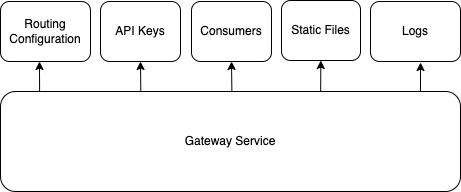
The draw.io diagram Docs/Img/dependencies.png in PKPublicCode/SecuredApi, before a commit. Source tidied: cells renumbered, new cells last; positions are measured from the earlier drawing's top-left corner, leaving out a move shared by most shapes.
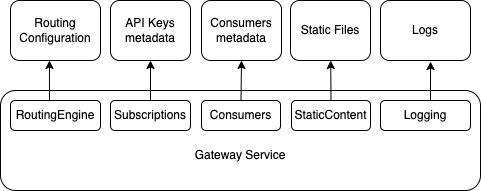
After the change.

Change to the diagram source:
```diff
@@ -2,38 +2,55 @@
   <root>
     <mxCell id="0" />
     <mxCell id="1" parent="0" />
-    <mxCell id="2" value="Gateway Service" style="rounded=1;whiteSpace=wrap;html=1;" parent="1" vertex="1">
-      <mxGeometry y="91" width="460" height="100" as="geometry" />
+    <mxCell id="2" value="&lt;div&gt;&lt;br&gt;&lt;/div&gt;&lt;div&gt;&lt;br&gt;&lt;/div&gt;Gateway Service" style="rounded=1;whiteSpace=wrap;html=1;" parent="1" vertex="1">
+      <mxGeometry x="-10" y="91" width="480" height="100" as="geometry" />
     </mxCell>
     <mxCell id="3" value="Routing Configuration" style="rounded=1;whiteSpace=wrap;html=1;" parent="1" vertex="1">
       <mxGeometry y="1" width="90" height="60" as="geometry" />
     </mxCell>
-    <mxCell id="4" value="API Keys" style="rounded=1;whiteSpace=wrap;html=1;" parent="1" vertex="1">
+    <mxCell id="4" value="API Keys metadata" style="rounded=1;whiteSpace=wrap;html=1;" parent="1" vertex="1">
       <mxGeometry x="100" y="1" width="80" height="60" as="geometry" />
     </mxCell>
-    <mxCell id="5" value="Consumers" style="rounded=1;whiteSpace=wrap;html=1;" parent="1" vertex="1">
+    <mxCell id="5" value="Consumers metadata" style="rounded=1;whiteSpace=wrap;html=1;" parent="1" vertex="1">
       <mxGeometry x="191" y="1" width="80" height="60" as="geometry" />
     </mxCell>
     <mxCell id="6" value="Static Files" style="rounded=1;whiteSpace=wrap;html=1;" parent="1" vertex="1">
-      <mxGeometry x="281" width="79" height="60" as="geometry" />
+      <mxGeometry x="280" y="1" width="80" height="60" as="geometry" />
     </mxCell>
     <mxCell id="7" value="Logs" style="rounded=1;whiteSpace=wrap;html=1;" parent="1" vertex="1">
       <mxGeometry x="370" y="1" width="90" height="60" as="geometry" />
     </mxCell>
-    <mxCell id="8" style="endArrow=classic;html=1;rounded=0;exitX=0.085;exitY=0;exitDx=0;exitDy=0;exitPerimeter=0;entryX=0.433;entryY=1;entryDx=0;entryDy=0;entryPerimeter=0;" parent="1" edge="1" source="2" target="3">
+    <mxCell id="8" style="endArrow=classic;html=1;rounded=0;exitX=0.433;exitY=0;exitDx=0;exitDy=0;exitPerimeter=0;entryX=0.433;entryY=1;entryDx=0;entryDy=0;entryPerimeter=0;" parent="1" edge="1" source="13" target="3">
       <mxGeometry relative="1" as="geometry" />
     </mxCell>
-    <mxCell id="9" style="endArrow=classic;html=1;rounded=0;entryX=0.5;entryY=1;entryDx=0;entryDy=0;exitX=0.305;exitY=-0.002;exitDx=0;exitDy=0;exitPerimeter=0;" parent="1" edge="1" source="2" target="4">
+    <mxCell id="9" style="endArrow=classic;html=1;rounded=0;entryX=0.5;entryY=1;entryDx=0;entryDy=0;exitX=0.5;exitY=0;exitDx=0;exitDy=0;" parent="1" edge="1" source="14" target="4">
       <mxGeometry relative="1" as="geometry" />
     </mxCell>
-    <mxCell id="10" style="endArrow=classic;html=1;rounded=0;entryX=0.5;entryY=1;entryDx=0;entryDy=0;exitX=0.503;exitY=0;exitDx=0;exitDy=0;exitPerimeter=0;" parent="1" edge="1" source="2" target="5">
+    <mxCell id="10" style="endArrow=classic;html=1;rounded=0;entryX=0.5;entryY=1;entryDx=0;entryDy=0;exitX=0.5;exitY=0;exitDx=0;exitDy=0;" parent="1" edge="1" source="15" target="5">
       <mxGeometry relative="1" as="geometry" />
     </mxCell>
-    <mxCell id="11" style="endArrow=classic;html=1;rounded=0;exitX=0.696;exitY=0;exitDx=0;exitDy=0;exitPerimeter=0;" parent="1" edge="1" source="2" target="6">
+    <mxCell id="11" style="endArrow=classic;html=1;rounded=0;exitX=0.5;exitY=0;exitDx=0;exitDy=0;" parent="1" edge="1" source="16" target="6">
       <mxGeometry relative="1" as="geometry" />
     </mxCell>
-    <mxCell id="12" style="endArrow=classic;html=1;rounded=0;entryX=0.556;entryY=1.017;entryDx=0;entryDy=0;entryPerimeter=0;exitX=0.913;exitY=0.002;exitDx=0;exitDy=0;exitPerimeter=0;" parent="1" edge="1" source="2" target="7">
-      <mxGeometry relative="1" as="geometry" />
+    <mxCell id="12" style="endArrow=classic;html=1;rounded=0;entryX=0.556;entryY=1.017;entryDx=0;entryDy=0;entryPerimeter=0;" parent="1" edge="1" target="7">
+      <mxGeometry relative="1" as="geometry">
+        <mxPoint x="420" y="101" as="sourcePoint" />
+      </mxGeometry>
     </mxCell>
+    <mxCell id="13" value="RoutingEngine" style="rounded=1;whiteSpace=wrap;html=1;" parent="1" vertex="1">
+      <mxGeometry y="101" width="90" height="30" as="geometry" />
+    </mxCell>
+    <mxCell id="14" value="Subscriptions" style="rounded=1;whiteSpace=wrap;html=1;" parent="1" vertex="1">
+      <mxGeometry x="100" y="101" width="80" height="30" as="geometry" />
+    </mxCell>
+    <mxCell id="15" value="Consumers" style="rounded=1;whiteSpace=wrap;html=1;" parent="1" vertex="1">
+      <mxGeometry x="191" y="101" width="79" height="30" as="geometry" />
+    </mxCell>
+    <mxCell id="16" value="StaticContent" style="rounded=1;whiteSpace=wrap;html=1;" parent="1" vertex="1">
+      <mxGeometry x="281" y="101" width="79" height="30" as="geometry" />
+    </mxCell>
+    <mxCell id="17" value="Logging" style="rounded=1;whiteSpace=wrap;html=1;" parent="1" vertex="1">
+      <mxGeometry x="370" y="101" width="90" height="30" as="geometry" />
+    </mxCell>
   </root>
 </mxGraphModel>
```
